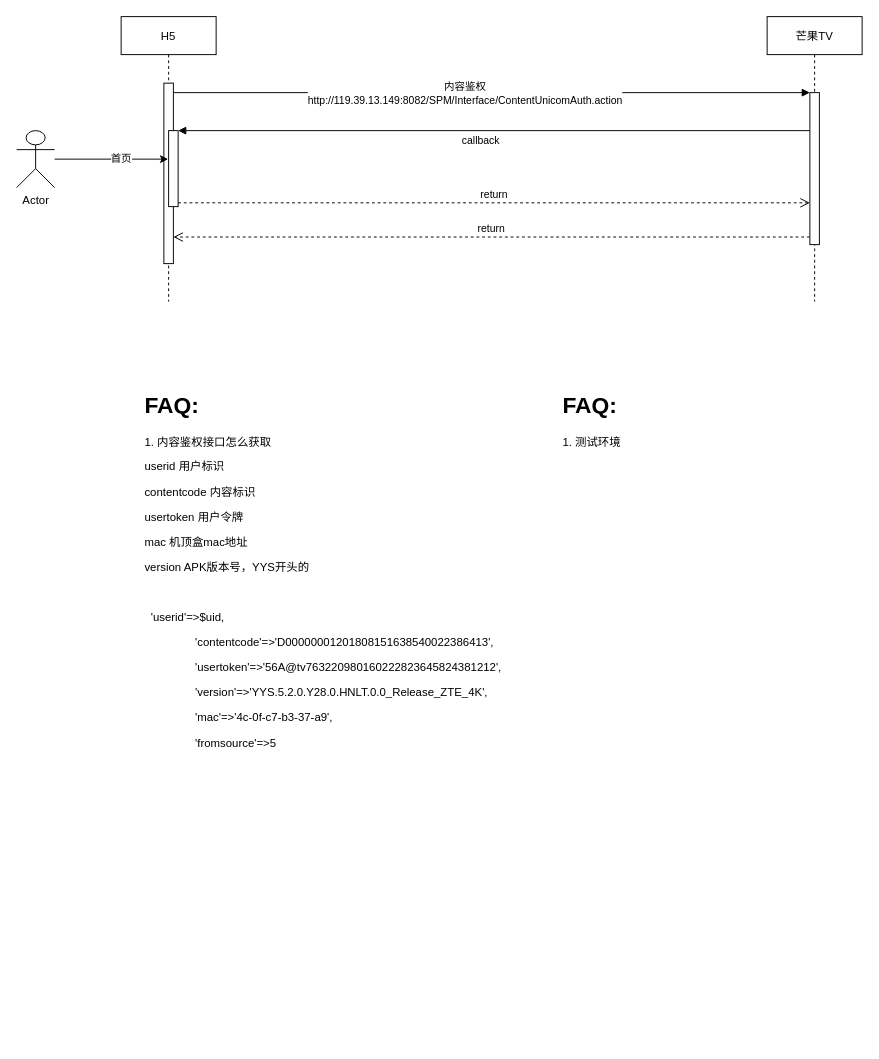
The draw.io diagram 芒果TV流程.drawio in duffiye/book, before the edit. Source tidied: cells renumbered, new cells numbered last; positions are measured from the earlier drawing's top-left corner, leaving out a move shared by most shapes. Both pictures are drawn from the tidied source at 95%, with x=0, y=0 at pixel (16, 16).
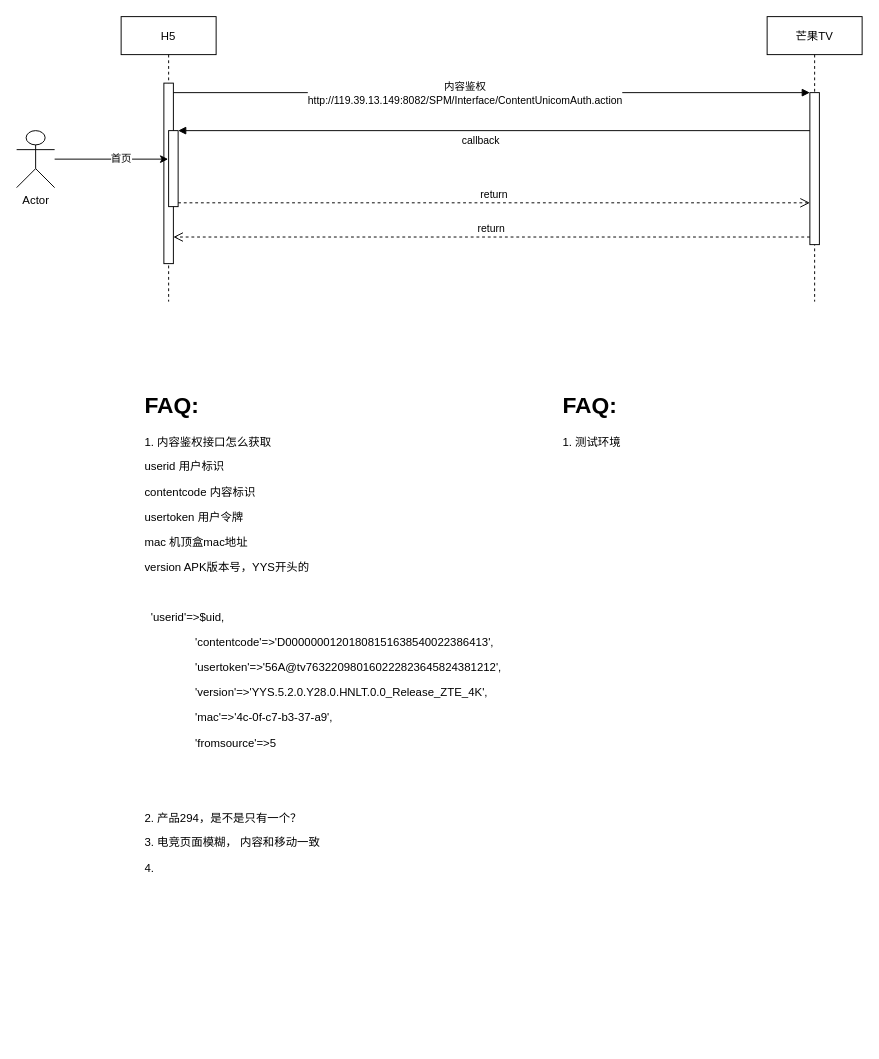
The same diagram, later.

Commit message:
更新芒果TV流程.drawio

Change to the diagram source:
```diff
@@
 <mxGraphModel>
   <root>
     <mxCell id="0" />
     <mxCell id="1" parent="0" />
     <mxCell id="2" value="H5" style="shape=umlLifeline;perimeter=lifelinePerimeter;rounded=0;shadow=0;strokeWidth=1;" parent="1" vertex="1">
       <mxGeometry x="110" width="100" height="300" as="geometry" />
     </mxCell>
     <mxCell id="3" style="points=[];perimeter=orthogonalPerimeter;rounded=0;shadow=0;strokeWidth=1;" parent="2" vertex="1">
       <mxGeometry x="45" y="70" width="10" height="190" as="geometry" />
     </mxCell>
     <mxCell id="4" style="points=[];perimeter=orthogonalPerimeter;rounded=0;shadow=0;strokeWidth=1;" parent="2" vertex="1">
       <mxGeometry x="50" y="120" width="10" height="80" as="geometry" />
     </mxCell>
     <mxCell id="5" value="芒果TV" style="shape=umlLifeline;perimeter=lifelinePerimeter;rounded=0;shadow=0;strokeWidth=1;" parent="1" vertex="1">
       <mxGeometry x="790" width="100" height="300" as="geometry" />
     </mxCell>
     <mxCell id="6" style="points=[];perimeter=orthogonalPerimeter;rounded=0;shadow=0;strokeWidth=1;" parent="5" vertex="1">
       <mxGeometry x="45" y="80" width="10" height="160" as="geometry" />
     </mxCell>
     <mxCell id="7" value="return" style="verticalAlign=bottom;endArrow=open;dashed=1;endSize=8;exitX=0;exitY=0.95;shadow=0;strokeWidth=1;" parent="1" edge="1" source="6" target="3">
       <mxGeometry relative="1" as="geometry" />
     </mxCell>
     <mxCell id="8" style="verticalAlign=bottom;endArrow=block;entryX=0;entryY=0;shadow=0;strokeWidth=1;" parent="1" edge="1" source="3" target="6">
       <mxGeometry relative="1" as="geometry" />
     </mxCell>
     <mxCell id="9" value="内容鉴权&lt;br&gt;http://119.39.13.149:8082/SPM/Interface/ContentUnicomAuth.action" style="edgeLabel;html=1;align=center;verticalAlign=middle;" parent="8" vertex="1">
       <mxGeometry x="-0.16" relative="1" as="geometry">
         <mxPoint x="25" as="offset" />
       </mxGeometry>
     </mxCell>
     <mxCell id="10" value="callback" style="verticalAlign=bottom;endArrow=block;entryX=1;entryY=0;shadow=0;strokeWidth=1;" parent="1" edge="1" source="6" target="4">
       <mxGeometry x="0.04" y="20" relative="1" as="geometry" />
     </mxCell>
     <mxCell id="11" value="return" style="verticalAlign=bottom;endArrow=open;dashed=1;endSize=8;exitX=1;exitY=0.95;shadow=0;strokeWidth=1;" parent="1" edge="1" source="4" target="6">
       <mxGeometry relative="1" as="geometry" />
     </mxCell>
     <mxCell id="12" style="edgeStyle=orthogonalEdgeStyle;rounded=0;jettySize=auto;html=1;" parent="1" edge="1" source="14" target="2">
       <mxGeometry relative="1" as="geometry" />
     </mxCell>
     <mxCell id="13" value="首页" style="edgeLabel;html=1;align=center;verticalAlign=middle;" parent="12" vertex="1">
       <mxGeometry x="0.15" y="1" relative="1" as="geometry" />
     </mxCell>
     <mxCell id="14" value="Actor" style="shape=umlActor;verticalLabelPosition=bottom;verticalAlign=top;html=1;" parent="1" vertex="1">
       <mxGeometry y="120" width="40" height="60" as="geometry" />
     </mxCell>
-    <mxCell id="15" value="&lt;h1&gt;FAQ:&lt;/h1&gt;&lt;p&gt;1. 内容鉴权接口怎么获取&lt;/p&gt;&lt;p&gt;userid&lt;span style=&quot;&quot;&gt; &lt;/span&gt;用户标识&lt;/p&gt;&lt;p&gt;contentcode&lt;span style=&quot;&quot;&gt; &lt;/span&gt;内容标识&lt;/p&gt;&lt;p&gt;usertoken&lt;span style=&quot;&quot;&gt; &lt;/span&gt;用户令牌&lt;/p&gt;&lt;p&gt;mac&lt;span style=&quot;&quot;&gt; &lt;/span&gt;机顶盒mac地址&lt;/p&gt;&lt;p&gt;version&lt;span style=&quot;&quot;&gt; &lt;/span&gt;APK版本号，YYS开头的&lt;/p&gt;&lt;p&gt;&lt;br&gt;&lt;/p&gt;&lt;p&gt;&amp;nbsp; 'userid'=&amp;gt;$uid,&lt;/p&gt;&lt;p&gt;&amp;nbsp; &amp;nbsp; &amp;nbsp; &amp;nbsp; &amp;nbsp; &amp;nbsp; &amp;nbsp; &amp;nbsp; 'contentcode'=&amp;gt;'D00000001201808151638540022386413',&lt;/p&gt;&lt;p&gt;&amp;nbsp; &amp;nbsp; &amp;nbsp; &amp;nbsp; &amp;nbsp; &amp;nbsp; &amp;nbsp; &amp;nbsp; 'usertoken'=&amp;gt;'56A@tv763220980160222823645824381212',&lt;/p&gt;&lt;p&gt;&amp;nbsp; &amp;nbsp; &amp;nbsp; &amp;nbsp; &amp;nbsp; &amp;nbsp; &amp;nbsp; &amp;nbsp; 'version'=&amp;gt;'YYS.5.2.0.Y28.0.HNLT.0.0_Release_ZTE_4K',&lt;/p&gt;&lt;p&gt;&amp;nbsp; &amp;nbsp; &amp;nbsp; &amp;nbsp; &amp;nbsp; &amp;nbsp; &amp;nbsp; &amp;nbsp; 'mac'=&amp;gt;'4c-0f-c7-b3-37-a9',&lt;/p&gt;&lt;p&gt;&amp;nbsp; &amp;nbsp; &amp;nbsp; &amp;nbsp; &amp;nbsp; &amp;nbsp; &amp;nbsp; &amp;nbsp; 'fromsource'=&amp;gt;5&lt;/p&gt;" style="text;html=1;strokeColor=none;fillColor=none;spacing=5;spacingTop=-20;whiteSpace=wrap;overflow=hidden;rounded=0;" parent="1" vertex="1">
-      <mxGeometry x="130" y="390" width="410" height="420" as="geometry" />
+    <mxCell id="15" value="&lt;h1&gt;FAQ:&lt;/h1&gt;&lt;p&gt;1. 内容鉴权接口怎么获取&lt;/p&gt;&lt;p&gt;userid&lt;span style=&quot;&quot;&gt; &lt;/span&gt;用户标识&lt;/p&gt;&lt;p&gt;contentcode&lt;span style=&quot;&quot;&gt; &lt;/span&gt;内容标识&lt;/p&gt;&lt;p&gt;usertoken&lt;span style=&quot;&quot;&gt; &lt;/span&gt;用户令牌&lt;/p&gt;&lt;p&gt;mac&lt;span style=&quot;&quot;&gt; &lt;/span&gt;机顶盒mac地址&lt;/p&gt;&lt;p&gt;version&lt;span style=&quot;&quot;&gt; &lt;/span&gt;APK版本号，YYS开头的&lt;/p&gt;&lt;p&gt;&lt;br&gt;&lt;/p&gt;&lt;p&gt;&amp;nbsp; 'userid'=&amp;gt;$uid,&lt;/p&gt;&lt;p&gt;&amp;nbsp; &amp;nbsp; &amp;nbsp; &amp;nbsp; &amp;nbsp; &amp;nbsp; &amp;nbsp; &amp;nbsp; 'contentcode'=&amp;gt;'D00000001201808151638540022386413',&lt;/p&gt;&lt;p&gt;&amp;nbsp; &amp;nbsp; &amp;nbsp; &amp;nbsp; &amp;nbsp; &amp;nbsp; &amp;nbsp; &amp;nbsp; 'usertoken'=&amp;gt;'56A@tv763220980160222823645824381212',&lt;/p&gt;&lt;p&gt;&amp;nbsp; &amp;nbsp; &amp;nbsp; &amp;nbsp; &amp;nbsp; &amp;nbsp; &amp;nbsp; &amp;nbsp; 'version'=&amp;gt;'YYS.5.2.0.Y28.0.HNLT.0.0_Release_ZTE_4K',&lt;/p&gt;&lt;p&gt;&amp;nbsp; &amp;nbsp; &amp;nbsp; &amp;nbsp; &amp;nbsp; &amp;nbsp; &amp;nbsp; &amp;nbsp; 'mac'=&amp;gt;'4c-0f-c7-b3-37-a9',&lt;/p&gt;&lt;p&gt;&amp;nbsp; &amp;nbsp; &amp;nbsp; &amp;nbsp; &amp;nbsp; &amp;nbsp; &amp;nbsp; &amp;nbsp; 'fromsource'=&amp;gt;5&lt;/p&gt;&lt;p&gt;&lt;br&gt;&lt;/p&gt;&lt;p&gt;&lt;br&gt;&lt;/p&gt;&lt;p&gt;2. 产品294，是不是只有一个？&lt;/p&gt;&lt;p&gt;3. 电竞页面模糊， 内容和移动一致&lt;/p&gt;&lt;p&gt;4.&amp;nbsp;&lt;/p&gt;" style="text;html=1;strokeColor=none;fillColor=none;spacing=5;spacingTop=-20;whiteSpace=wrap;overflow=hidden;rounded=0;" parent="1" vertex="1">
+      <mxGeometry x="130" y="390" width="420" height="690" as="geometry" />
     </mxCell>
     <mxCell id="16" value="&lt;h1&gt;FAQ:&lt;/h1&gt;&lt;div&gt;1. 测试环境&lt;/div&gt;&lt;div&gt;&lt;br&gt;&lt;/div&gt;" style="text;html=1;strokeColor=none;fillColor=none;spacing=5;spacingTop=-20;whiteSpace=wrap;overflow=hidden;rounded=0;" parent="1" vertex="1">
       <mxGeometry x="570" y="390" width="190" height="120" as="geometry" />
     </mxCell>
   </root>
 </mxGraphModel>
```
